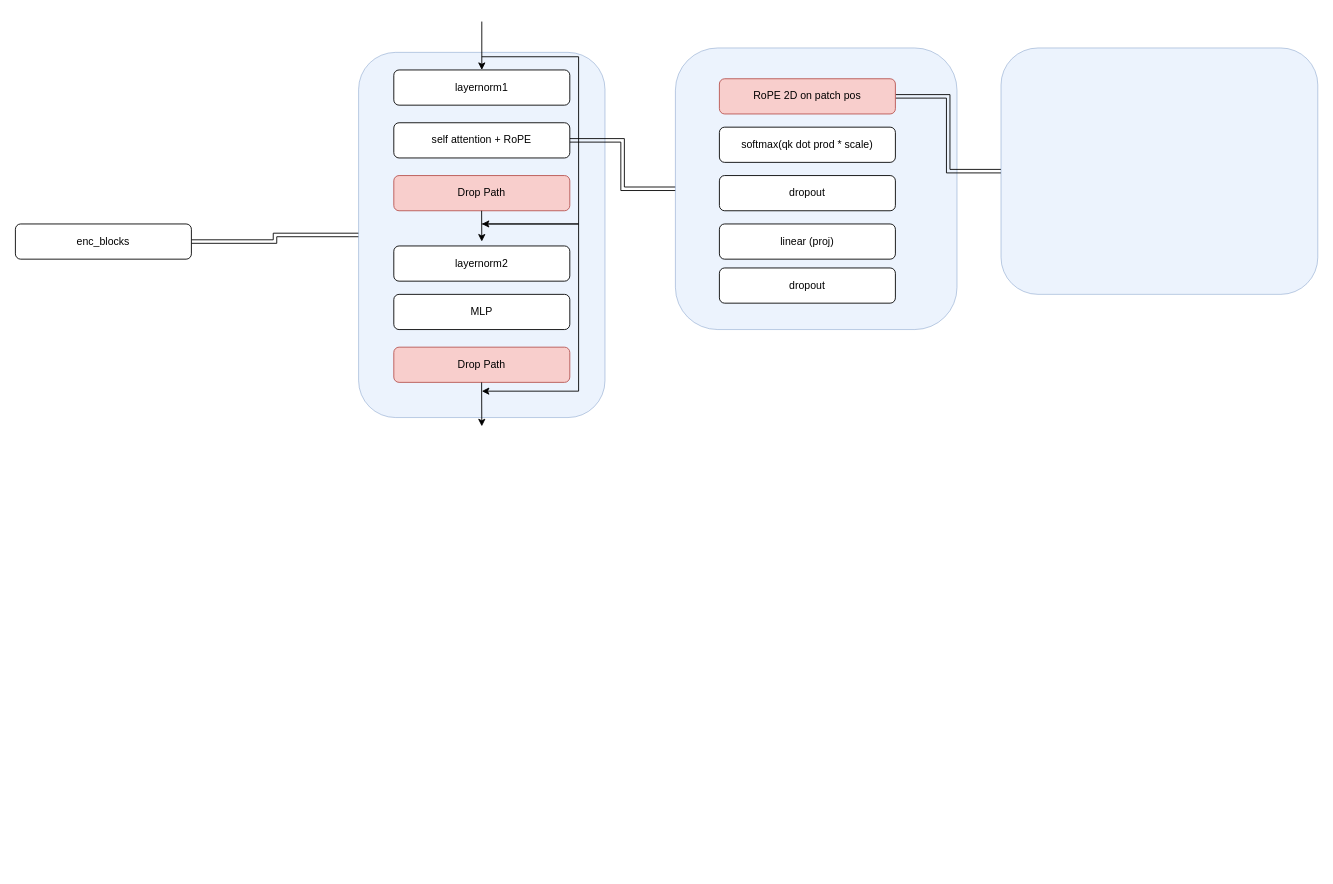
The draw.io diagram CrocoV2-fullTrace.drawio in infinity1096/CV-network-fulltrace, before the edit. Source tidied: cells renumbered, new cells numbered last; positions are measured from the earlier drawing's top-left corner, leaving out a move shared by most shapes. Both pictures are drawn from the tidied source at 88%, with x=0, y=0 at pixel (15, 21).
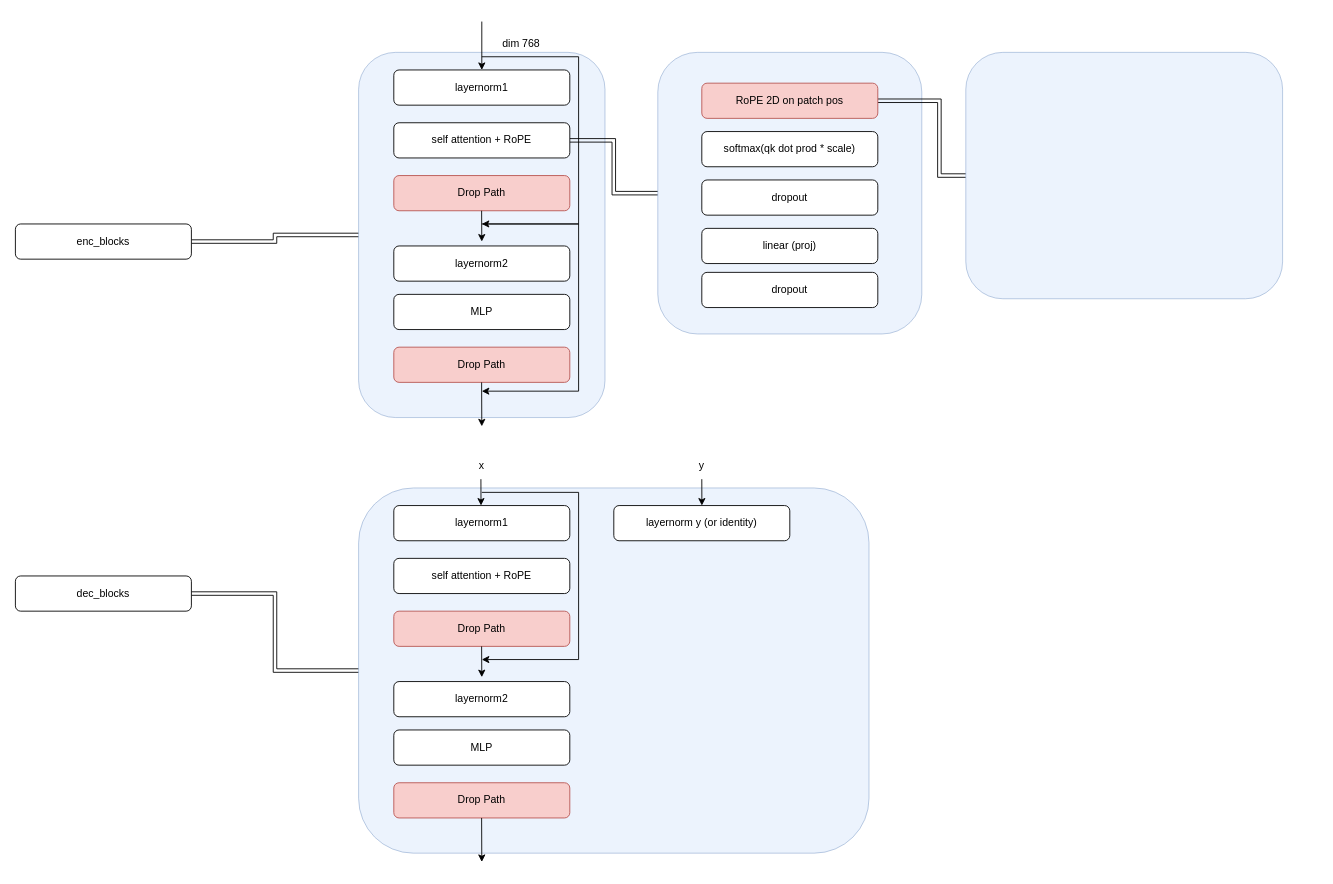
The same diagram, later.

Change to the diagram source:
```diff
@@
     <mxCell id="17" style="whiteSpace=wrap;html=1;rounded=1;fillColor=#dae8fc;strokeColor=#6c8ebf;opacity=50;" parent="1" vertex="1">
-      <mxGeometry x="750" y="30" width="320" height="320" as="geometry" />
+      <mxGeometry x="730" y="35" width="300" height="320" as="geometry" />
     </mxCell>
     <mxCell id="18" value="softmax(qk dot prod * scale)" style="rounded=1;whiteSpace=wrap;html=1;" parent="1" vertex="1">
-      <mxGeometry x="800" y="120" width="200" height="40" as="geometry" />
+      <mxGeometry x="780" y="125" width="200" height="40" as="geometry" />
     </mxCell>
     <mxCell id="19" style="edgeStyle=orthogonalEdgeStyle;rounded=0;jettySize=auto;html=1;shape=link;" parent="1" edge="1" source="20" target="21">
-      <mxGeometry relative="1" as="geometry" />
+      <mxGeometry relative="1" as="geometry">
+        <Array as="points">
+          <mxPoint x="1050" y="90" />
+          <mxPoint x="1050" y="175" />
+        </Array>
+      </mxGeometry>
     </mxCell>
     <mxCell id="20" value="RoPE 2D on patch pos" style="rounded=1;whiteSpace=wrap;html=1;fillColor=#f8cecc;strokeColor=#b85450;" parent="1" vertex="1">
-      <mxGeometry x="800" y="65" width="200" height="40" as="geometry" />
+      <mxGeometry x="780" y="70" width="200" height="40" as="geometry" />
     </mxCell>
     <mxCell id="21" style="whiteSpace=wrap;html=1;rounded=1;fillColor=#dae8fc;strokeColor=#6c8ebf;opacity=50;" parent="1" vertex="1">
-      <mxGeometry x="1120" y="30" width="360" height="280" as="geometry" />
+      <mxGeometry x="1080" y="35" width="360" height="280" as="geometry" />
     </mxCell>
     <mxCell id="22" value="dropout" style="rounded=1;whiteSpace=wrap;html=1;" parent="1" vertex="1">
-      <mxGeometry x="800" y="175" width="200" height="40" as="geometry" />
+      <mxGeometry x="780" y="180" width="200" height="40" as="geometry" />
     </mxCell>
     <mxCell id="23" value="linear (proj)" style="rounded=1;whiteSpace=wrap;html=1;" parent="1" vertex="1">
-      <mxGeometry x="800" y="230" width="200" height="40" as="geometry" />
+      <mxGeometry x="780" y="235" width="200" height="40" as="geometry" />
     </mxCell>
     <mxCell id="24" value="dropout" style="rounded=1;whiteSpace=wrap;html=1;" parent="1" vertex="1">
-      <mxGeometry x="800" y="280" width="200" height="40" as="geometry" />
+      <mxGeometry x="780" y="285" width="200" height="40" as="geometry" />
     </mxCell>
+    <mxCell id="25" value="dim 768" style="text;html=1;align=center;verticalAlign=middle;whiteSpace=wrap;rounded=0;" parent="1" vertex="1">
+      <mxGeometry x="530" y="10" width="90" height="30" as="geometry" />
+    </mxCell>
+    <mxCell id="26" style="edgeStyle=orthogonalEdgeStyle;rounded=0;jettySize=auto;html=1;entryX=0;entryY=0.5;entryDx=0;entryDy=0;shape=link;" parent="1" edge="1" source="27" target="28">
+      <mxGeometry relative="1" as="geometry" />
+    </mxCell>
+    <mxCell id="27" value="&lt;div&gt;dec_blocks&lt;/div&gt;" style="rounded=1;whiteSpace=wrap;html=1;" parent="1" vertex="1">
+      <mxGeometry y="630" width="200" height="40" as="geometry" />
+    </mxCell>
+    <mxCell id="28" style="whiteSpace=wrap;html=1;rounded=1;opacity=50;fillColor=#dae8fc;strokeColor=#6c8ebf;" parent="1" vertex="1">
+      <mxGeometry x="390" y="530" width="580" height="415" as="geometry" />
+    </mxCell>
+    <mxCell id="29" value="layernorm1" style="rounded=1;whiteSpace=wrap;html=1;" parent="1" vertex="1">
+      <mxGeometry x="430" y="550" width="200" height="40" as="geometry" />
+    </mxCell>
+    <mxCell id="30" value="self attention + RoPE" style="rounded=1;whiteSpace=wrap;html=1;" parent="1" vertex="1">
+      <mxGeometry x="430" y="610" width="200" height="40" as="geometry" />
+    </mxCell>
+    <mxCell id="31" value="Drop Path" style="rounded=1;whiteSpace=wrap;html=1;fillColor=#f8cecc;strokeColor=#b85450;" parent="1" vertex="1">
+      <mxGeometry x="430" y="670" width="200" height="40" as="geometry" />
+    </mxCell>
+    <mxCell id="32" value="layernorm2" style="rounded=1;whiteSpace=wrap;html=1;" parent="1" vertex="1">
+      <mxGeometry x="430" y="750" width="200" height="40" as="geometry" />
+    </mxCell>
+    <mxCell id="33" value="MLP" style="rounded=1;whiteSpace=wrap;html=1;" parent="1" vertex="1">
+      <mxGeometry x="430" y="805" width="200" height="40" as="geometry" />
+    </mxCell>
+    <mxCell id="34" value="Drop Path" style="rounded=1;whiteSpace=wrap;html=1;fillColor=#f8cecc;strokeColor=#b85450;" parent="1" vertex="1">
+      <mxGeometry x="430" y="865" width="200" height="40" as="geometry" />
+    </mxCell>
+    <mxCell id="35" style="endArrow=classic;html=1;rounded=0;" parent="1" edge="1">
+      <mxGeometry relative="1" as="geometry">
+        <mxPoint x="530" y="535" as="sourcePoint" />
+        <mxPoint x="530" y="725" as="targetPoint" />
+        <Array as="points">
+          <mxPoint x="640" y="535" />
+          <mxPoint x="640" y="725" />
+        </Array>
+      </mxGeometry>
+    </mxCell>
+    <mxCell id="36" style="endArrow=classic;html=1;rounded=0;" parent="1" edge="1">
+      <mxGeometry relative="1" as="geometry">
+        <mxPoint x="529.8" y="710" as="sourcePoint" />
+        <mxPoint x="530" y="745" as="targetPoint" />
+      </mxGeometry>
+    </mxCell>
+    <mxCell id="37" style="endArrow=classic;html=1;rounded=0;" parent="1" edge="1">
+      <mxGeometry relative="1" as="geometry">
+        <mxPoint x="529.8" y="905" as="sourcePoint" />
+        <mxPoint x="530" y="955" as="targetPoint" />
+      </mxGeometry>
+    </mxCell>
+    <mxCell id="38" style="endArrow=classic;html=1;rounded=0;entryX=0.5;entryY=0;entryDx=0;entryDy=0;" parent="1" edge="1">
+      <mxGeometry relative="1" as="geometry">
+        <mxPoint x="529" y="520" as="sourcePoint" />
+        <mxPoint x="529.1" y="550" as="targetPoint" />
+      </mxGeometry>
+    </mxCell>
+    <mxCell id="39" value="x" style="text;html=1;align=center;verticalAlign=middle;whiteSpace=wrap;rounded=0;" parent="1" vertex="1">
+      <mxGeometry x="500" y="490" width="60" height="30" as="geometry" />
+    </mxCell>
+    <mxCell id="40" value="&lt;div&gt;layernorm y (or identity)&lt;/div&gt;" style="rounded=1;whiteSpace=wrap;html=1;fillStyle=auto;gradientColor=none;" parent="1" vertex="1">
+      <mxGeometry x="680" y="550" width="200" height="40" as="geometry" />
+    </mxCell>
+    <mxCell id="41" style="endArrow=classic;html=1;rounded=0;entryX=0.5;entryY=0;entryDx=0;entryDy=0;" parent="1" edge="1">
+      <mxGeometry relative="1" as="geometry">
+        <mxPoint x="780" y="520" as="sourcePoint" />
+        <mxPoint x="780.1" y="550" as="targetPoint" />
+      </mxGeometry>
+    </mxCell>
+    <mxCell id="42" value="y" style="text;html=1;align=center;verticalAlign=middle;whiteSpace=wrap;rounded=0;" parent="1" vertex="1">
+      <mxGeometry x="750" y="490" width="60" height="30" as="geometry" />
+    </mxCell>
```
